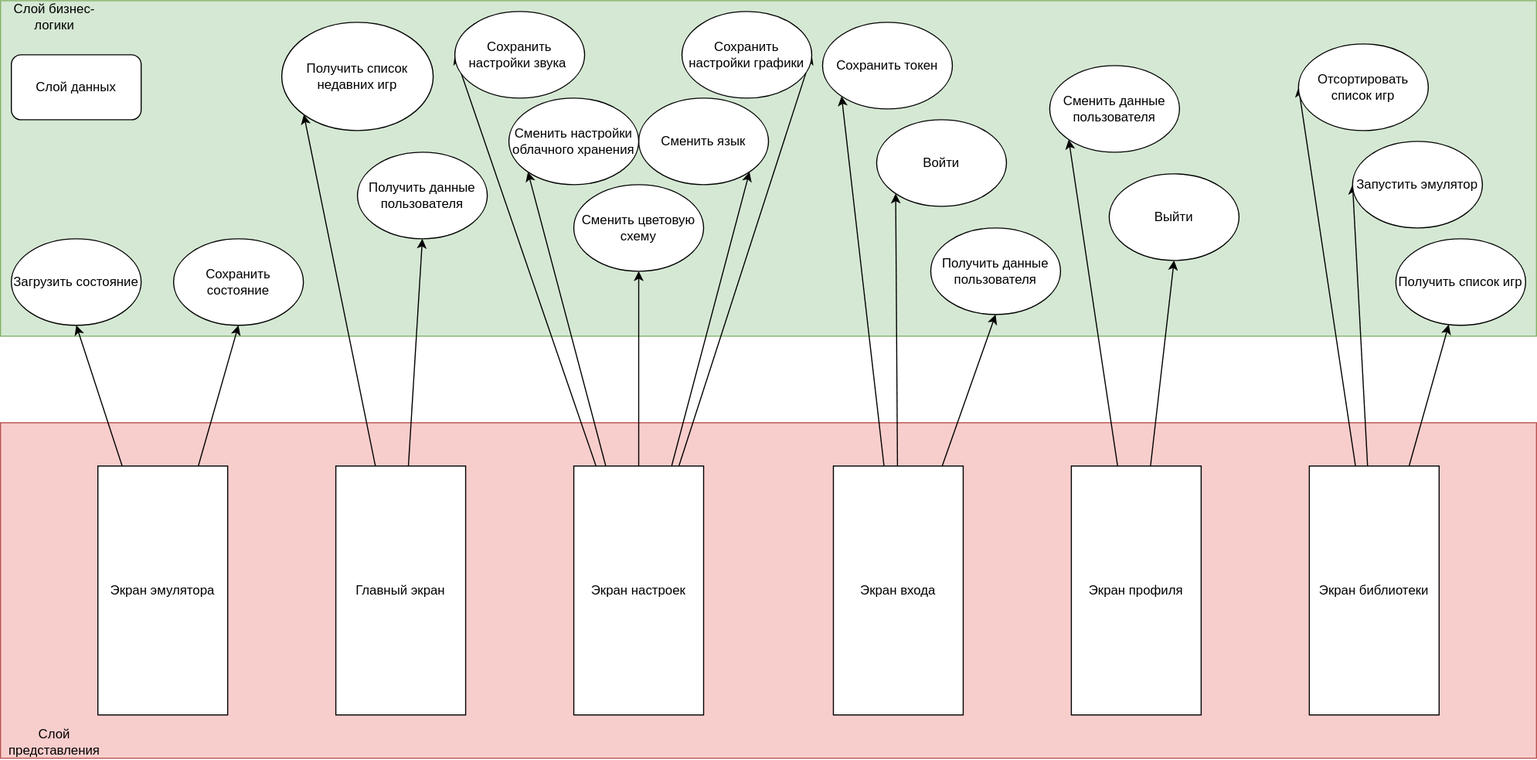
AkvaLin/iES keeps this draw.io diagram as graphs/screns.svg. Above is the earlier version. Source tidied: cells renumbered, new cells last; positions are measured from the earlier drawing's top-left corner, leaving out a move shared by most shapes.
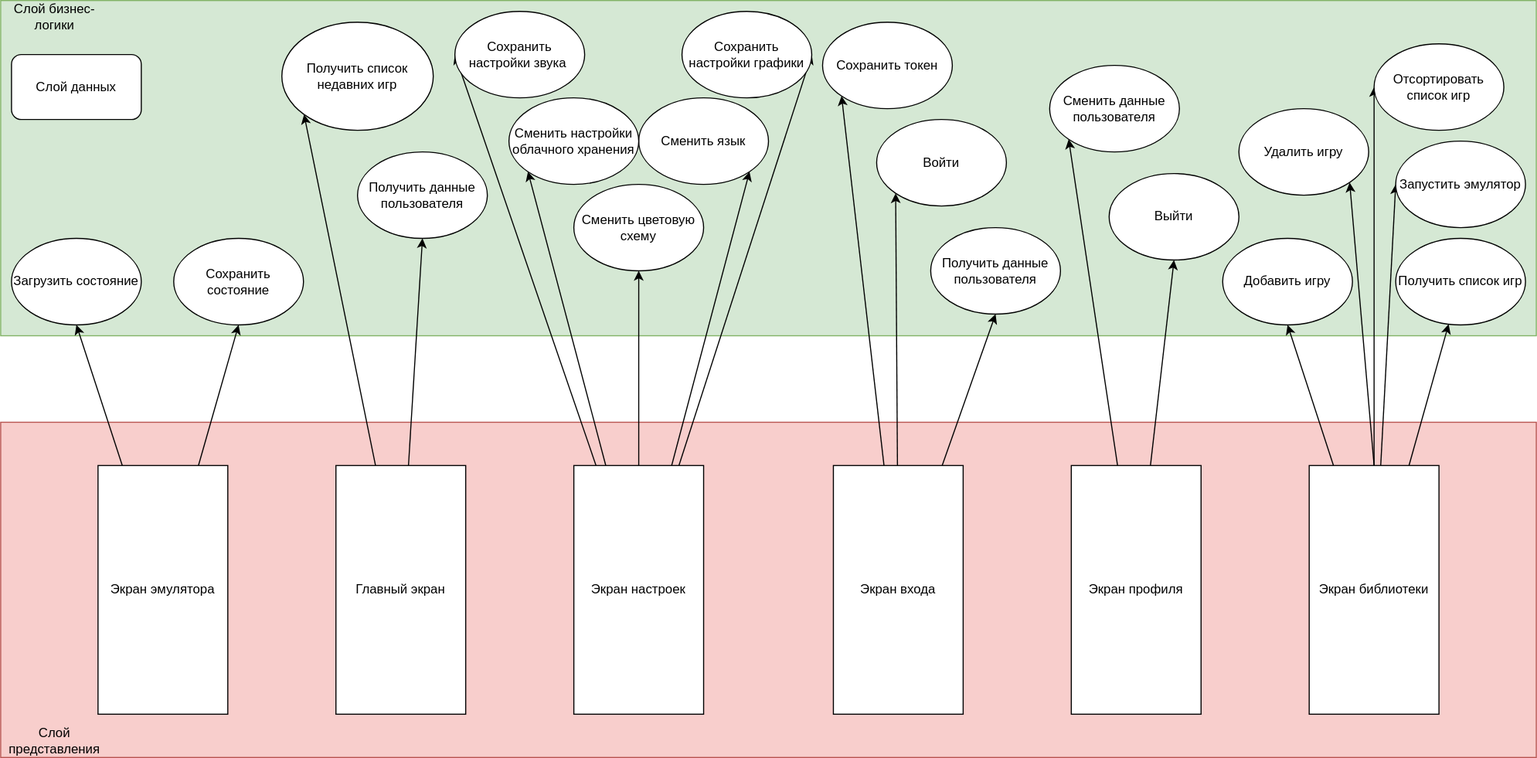
After the commit.

What changed in the source:
```diff
@@ -17,7 +17,7 @@
     <mxCell id="6" value="Главный экран" style="rounded=0;whiteSpace=wrap;html=1;" parent="1" vertex="1">
       <mxGeometry x="310" y="430" width="120" height="230" as="geometry" />
     </mxCell>
-    <mxCell id="7" style="rounded=0;jettySize=auto;html=1;entryX=0;entryY=0.5;entryDx=0;entryDy=0;" parent="1" edge="1" source="10" target="37">
+    <mxCell id="7" style="rounded=0;jettySize=auto;html=1;entryX=0;entryY=0.5;entryDx=0;entryDy=0;exitX=0.5;exitY=0;exitDx=0;exitDy=0;" parent="1" edge="1" source="10" target="37">
       <mxGeometry relative="1" as="geometry" />
     </mxCell>
     <mxCell id="8" style="rounded=0;jettySize=auto;html=1;entryX=0;entryY=0.5;entryDx=0;entryDy=0;" parent="1" edge="1" source="10" target="36">
@@ -26,6 +26,9 @@
     <mxCell id="9" style="rounded=0;jettySize=auto;html=1;" parent="1" edge="1" source="10" target="35">
       <mxGeometry relative="1" as="geometry" />
     </mxCell>
+    <mxCell id="47" style="rounded=0;jettySize=auto;html=1;exitX=0.5;exitY=0;exitDx=0;exitDy=0;entryX=1;entryY=1;entryDx=0;entryDy=0;" parent="1" edge="1" source="10" target="50">
+      <mxGeometry relative="1" as="geometry" />
+    </mxCell>
     <mxCell id="10" value="Экран библиотеки" style="rounded=0;whiteSpace=wrap;html=1;" parent="1" vertex="1">
       <mxGeometry x="1210" y="430" width="120" height="230" as="geometry" />
     </mxCell>
@@ -105,10 +108,10 @@
       <mxGeometry x="1290" y="220" width="120" height="80" as="geometry" />
     </mxCell>
     <mxCell id="36" value="Запустить эмулятор" style="ellipse;whiteSpace=wrap;html=1;" parent="1" vertex="1">
-      <mxGeometry x="1250" y="130" width="120" height="80" as="geometry" />
+      <mxGeometry x="1290" y="130" width="120" height="80" as="geometry" />
     </mxCell>
     <mxCell id="37" value="Отсортировать список игр" style="ellipse;whiteSpace=wrap;html=1;" parent="1" vertex="1">
-      <mxGeometry x="1200" y="40" width="120" height="80" as="geometry" />
+      <mxGeometry x="1270" y="40" width="120" height="80" as="geometry" />
     </mxCell>
     <mxCell id="38" style="rounded=0;jettySize=auto;html=1;entryX=0;entryY=1;entryDx=0;entryDy=0;" parent="1" edge="1" source="40" target="42">
       <mxGeometry relative="1" as="geometry" />
@@ -137,5 +140,14 @@
     <mxCell id="46" value="Слой данных" style="rounded=1;whiteSpace=wrap;html=1;" parent="1" vertex="1">
       <mxGeometry x="10" y="50" width="120" height="60" as="geometry" />
     </mxCell>
+    <mxCell id="48" style="rounded=0;jettySize=auto;html=1;entryX=0.5;entryY=1;entryDx=0;entryDy=0;" parent="1" edge="1" source="10" target="49">
+      <mxGeometry relative="1" as="geometry" />
+    </mxCell>
+    <mxCell id="49" value="Добавить игру" style="ellipse;whiteSpace=wrap;html=1;" parent="1" vertex="1">
+      <mxGeometry x="1130" y="220" width="120" height="80" as="geometry" />
+    </mxCell>
+    <mxCell id="50" value="Удалить игру" style="ellipse;whiteSpace=wrap;html=1;" parent="1" vertex="1">
+      <mxGeometry x="1145" y="100" width="120" height="80" as="geometry" />
+    </mxCell>
   </root>
 </mxGraphModel>
```
